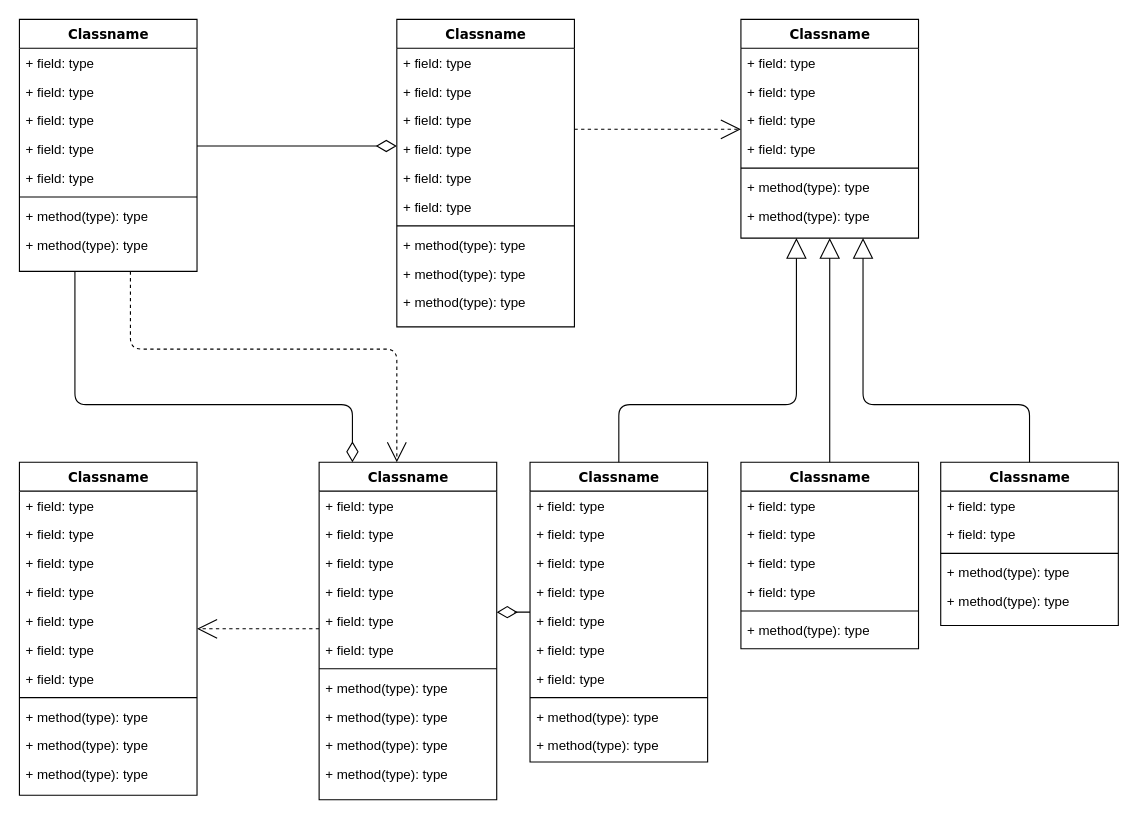
Earlier version of the draw.io diagram Task2-2.drawio (19172801/Data-assignment2). Source tidied: cells renumbered, new cells numbered last; positions are measured from the earlier drawing's top-left corner, leaving out a move shared by most shapes. Both pictures are drawn from the tidied source at 111%, with x=0, y=0 at pixel (19, 19).
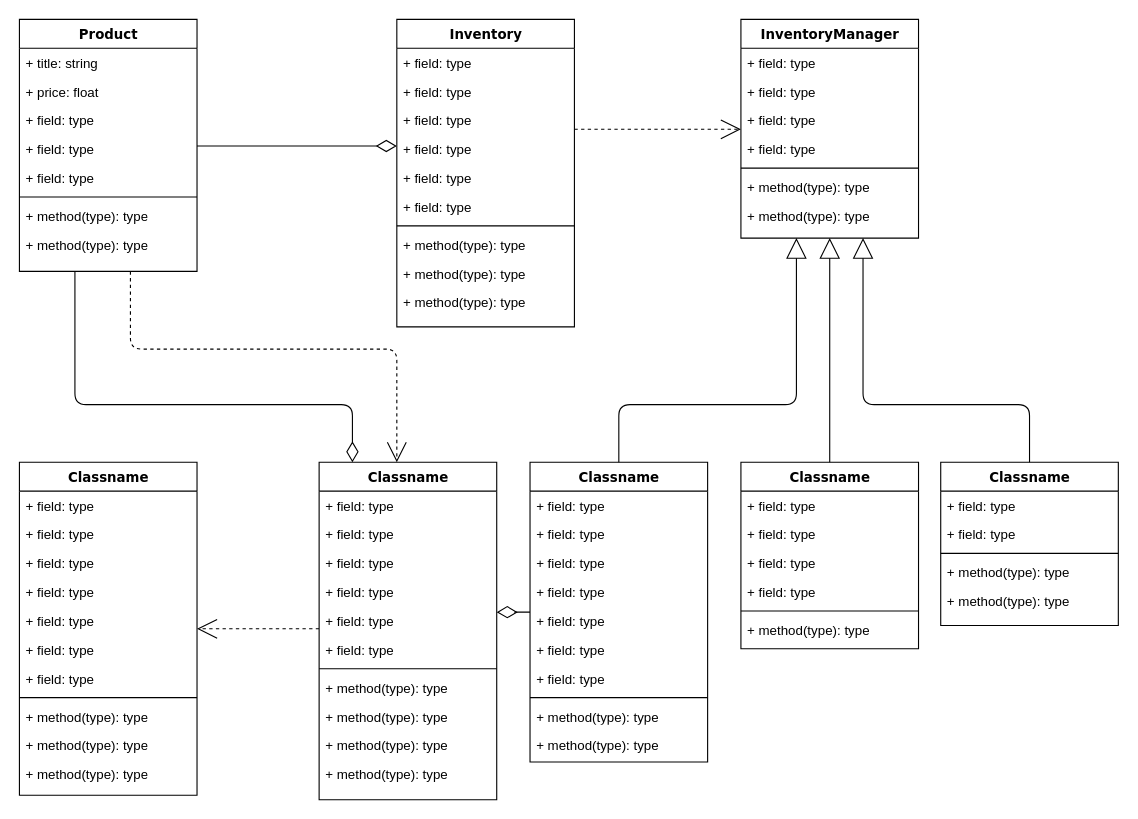
The same diagram, later.

The edit, as a diff of the source:
```diff
@@
-    <mxCell id="4" value="Classname" style="swimlane;html=1;fontStyle=1;align=center;verticalAlign=top;horizontal=1;startSize=26;swimlaneFillColor=#ffffff;rounded=0;shadow=0;comic=0;labelBackgroundColor=none;strokeWidth=1;fillColor=none;fontFamily=Verdana;fontSize=12;" parent="1" vertex="1">
+    <mxCell id="4" value="Product" style="swimlane;html=1;fontStyle=1;align=center;verticalAlign=top;horizontal=1;startSize=26;swimlaneFillColor=#ffffff;rounded=0;shadow=0;comic=0;labelBackgroundColor=none;strokeWidth=1;fillColor=none;fontFamily=Verdana;fontSize=12;" parent="1" vertex="1">
       <mxGeometry width="160" height="227" as="geometry" />
     </mxCell>
-    <mxCell id="5" value="+ field: type" style="text;html=1;strokeColor=none;fillColor=none;align=left;verticalAlign=top;spacingLeft=4;spacingRight=4;whiteSpace=wrap;overflow=hidden;" parent="4" vertex="1">
+    <mxCell id="5" value="+ title: string" style="text;html=1;strokeColor=none;fillColor=none;align=left;verticalAlign=top;spacingLeft=4;spacingRight=4;whiteSpace=wrap;overflow=hidden;" parent="4" vertex="1">
       <mxGeometry y="26" width="160" height="26" as="geometry" />
     </mxCell>
-    <mxCell id="6" value="+ field: type" style="text;html=1;strokeColor=none;fillColor=none;align=left;verticalAlign=top;spacingLeft=4;spacingRight=4;whiteSpace=wrap;overflow=hidden;" parent="4" vertex="1">
+    <mxCell id="6" value="+ price: float" style="text;html=1;strokeColor=none;fillColor=none;align=left;verticalAlign=top;spacingLeft=4;spacingRight=4;whiteSpace=wrap;overflow=hidden;" parent="4" vertex="1">
       <mxGeometry y="52" width="160" height="26" as="geometry" />
     </mxCell>
@@
-    <mxCell id="14" value="Classname" style="swimlane;html=1;fontStyle=1;align=center;verticalAlign=top;horizontal=1;startSize=26;swimlaneFillColor=#ffffff;rounded=0;shadow=0;comic=0;labelBackgroundColor=none;strokeWidth=1;fillColor=none;fontFamily=Verdana;fontSize=12;" parent="1" vertex="1">
+    <mxCell id="14" value="Inventory" style="swimlane;html=1;fontStyle=1;align=center;verticalAlign=top;horizontal=1;startSize=26;swimlaneFillColor=#ffffff;rounded=0;shadow=0;comic=0;labelBackgroundColor=none;strokeWidth=1;fillColor=none;fontFamily=Verdana;fontSize=12;" parent="1" vertex="1">
       <mxGeometry x="340" width="160" height="277" as="geometry" />
     </mxCell>
@@
-    <mxCell id="25" value="Classname" style="swimlane;html=1;fontStyle=1;align=center;verticalAlign=top;horizontal=1;startSize=26;swimlaneFillColor=#ffffff;rounded=0;shadow=0;comic=0;labelBackgroundColor=none;strokeWidth=1;fillColor=none;fontFamily=Verdana;fontSize=12;" parent="1" vertex="1">
+    <mxCell id="25" value="InventoryManager" style="swimlane;html=1;fontStyle=1;align=center;verticalAlign=top;horizontal=1;startSize=26;swimlaneFillColor=#ffffff;rounded=0;shadow=0;comic=0;labelBackgroundColor=none;strokeWidth=1;fillColor=none;fontFamily=Verdana;fontSize=12;" parent="1" vertex="1">
       <mxGeometry x="650" width="160" height="197" as="geometry" />
     </mxCell>
```
